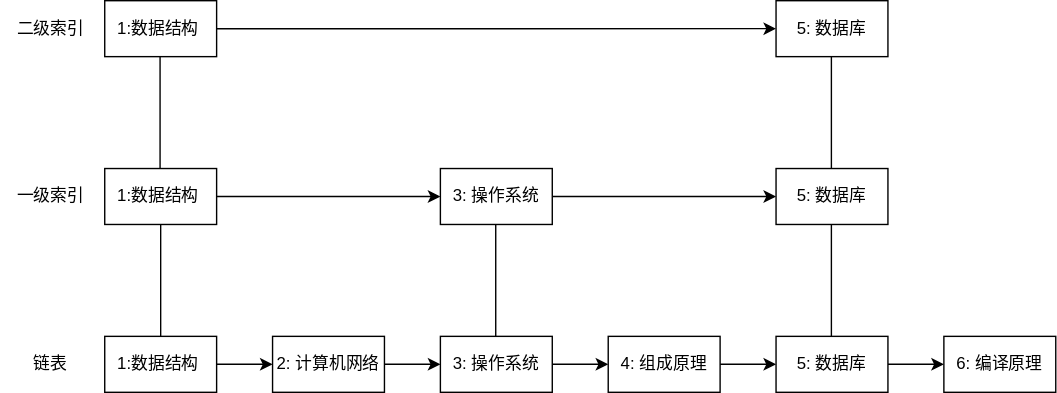
Before: assets/img/redis/跳表.svg, a diagram exported from draw.io (Wind134/Wind134.github.io). Source tidied: cells renumbered, new cells last; positions are measured from the earlier drawing's top-left corner, leaving out a move shared by most shapes. The source it was exported from:
```xml
<mxGraphModel>
  <root>
    <mxCell id="0" />
    <mxCell id="1" parent="0" />
    <mxCell id="2" style="edgeStyle=orthogonalEdgeStyle;rounded=0;jettySize=auto;html=1;" parent="1" edge="1" source="3">
      <mxGeometry relative="1" as="geometry">
        <mxPoint x="194" y="260" as="targetPoint" />
      </mxGeometry>
    </mxCell>
    <mxCell id="3" value="1:数据结构&amp;nbsp;" style="rounded=0;whiteSpace=wrap;html=1;" parent="1" vertex="1">
      <mxGeometry x="74" y="240" width="80" height="40" as="geometry" />
    </mxCell>
    <mxCell id="4" style="edgeStyle=orthogonalEdgeStyle;rounded=0;jettySize=auto;html=1;" parent="1" edge="1" source="5">
      <mxGeometry relative="1" as="geometry">
        <mxPoint x="314" y="260" as="targetPoint" />
      </mxGeometry>
    </mxCell>
    <mxCell id="5" value="2: 计算机网络" style="rounded=0;whiteSpace=wrap;html=1;" parent="1" vertex="1">
      <mxGeometry x="194" y="240" width="80" height="40" as="geometry" />
    </mxCell>
    <mxCell id="6" style="edgeStyle=orthogonalEdgeStyle;rounded=0;jettySize=auto;html=1;" parent="1" edge="1" source="7">
      <mxGeometry relative="1" as="geometry">
        <mxPoint x="434" y="260" as="targetPoint" />
      </mxGeometry>
    </mxCell>
    <mxCell id="7" value="3: 操作系统" style="rounded=0;whiteSpace=wrap;html=1;" parent="1" vertex="1">
      <mxGeometry x="314" y="240" width="80" height="40" as="geometry" />
    </mxCell>
    <mxCell id="8" style="edgeStyle=orthogonalEdgeStyle;rounded=0;jettySize=auto;html=1;" parent="1" edge="1" source="9">
      <mxGeometry relative="1" as="geometry">
        <mxPoint x="554" y="260" as="targetPoint" />
      </mxGeometry>
    </mxCell>
    <mxCell id="9" value="4: 组成原理" style="rounded=0;whiteSpace=wrap;html=1;" parent="1" vertex="1">
      <mxGeometry x="434" y="240" width="80" height="40" as="geometry" />
    </mxCell>
    <mxCell id="10" style="edgeStyle=orthogonalEdgeStyle;rounded=0;jettySize=auto;html=1;" parent="1" edge="1" source="11">
      <mxGeometry relative="1" as="geometry">
        <mxPoint x="674" y="260" as="targetPoint" />
      </mxGeometry>
    </mxCell>
    <mxCell id="11" value="5: 数据库" style="rounded=0;whiteSpace=wrap;html=1;" parent="1" vertex="1">
      <mxGeometry x="554" y="240" width="80" height="40" as="geometry" />
    </mxCell>
    <mxCell id="12" value="6: 编译原理" style="rounded=0;whiteSpace=wrap;html=1;" parent="1" vertex="1">
      <mxGeometry x="674" y="240" width="80" height="40" as="geometry" />
    </mxCell>
    <mxCell id="13" style="edgeStyle=orthogonalEdgeStyle;rounded=0;jettySize=auto;html=1;" parent="1" edge="1" source="14">
      <mxGeometry relative="1" as="geometry">
        <mxPoint x="314" y="140" as="targetPoint" />
      </mxGeometry>
    </mxCell>
    <mxCell id="14" value="1:数据结构&amp;nbsp;" style="rounded=0;whiteSpace=wrap;html=1;" parent="1" vertex="1">
      <mxGeometry x="74" y="120" width="80" height="40" as="geometry" />
    </mxCell>
    <mxCell id="15" style="edgeStyle=orthogonalEdgeStyle;rounded=0;jettySize=auto;html=1;" parent="1" edge="1" source="16">
      <mxGeometry relative="1" as="geometry">
        <mxPoint x="554" y="140" as="targetPoint" />
      </mxGeometry>
    </mxCell>
    <mxCell id="16" value="3: 操作系统" style="rounded=0;whiteSpace=wrap;html=1;" parent="1" vertex="1">
      <mxGeometry x="314" y="120" width="80" height="40" as="geometry" />
    </mxCell>
    <mxCell id="17" value="5: 数据库" style="rounded=0;whiteSpace=wrap;html=1;" parent="1" vertex="1">
      <mxGeometry x="554" y="120" width="80" height="40" as="geometry" />
    </mxCell>
    <mxCell id="18" style="edgeStyle=orthogonalEdgeStyle;rounded=0;jettySize=auto;html=1;" parent="1" edge="1" source="19">
      <mxGeometry relative="1" as="geometry">
        <mxPoint x="554" y="20" as="targetPoint" />
      </mxGeometry>
    </mxCell>
    <mxCell id="19" value="1:数据结构&amp;nbsp;" style="rounded=0;whiteSpace=wrap;html=1;" parent="1" vertex="1">
      <mxGeometry x="74" width="80" height="40" as="geometry" />
    </mxCell>
    <mxCell id="20" value="5: 数据库" style="rounded=0;whiteSpace=wrap;html=1;" parent="1" vertex="1">
      <mxGeometry x="554" width="80" height="40" as="geometry" />
    </mxCell>
    <mxCell id="21" value="链表" style="text;html=1;align=center;verticalAlign=middle;strokeColor=none;fillColor=none;" parent="1" vertex="1">
      <mxGeometry x="10" y="245" width="50" height="30" as="geometry" />
    </mxCell>
    <mxCell id="22" value="一级索引" style="text;html=1;align=center;verticalAlign=middle;strokeColor=none;fillColor=none;" parent="1" vertex="1">
      <mxGeometry y="125" width="70" height="30" as="geometry" />
    </mxCell>
    <mxCell id="23" value="二级索引" style="text;html=1;align=center;verticalAlign=middle;strokeColor=none;fillColor=none;" parent="1" vertex="1">
      <mxGeometry y="5" width="70" height="30" as="geometry" />
    </mxCell>
    <mxCell id="24" style="endArrow=none;html=1;rounded=0;exitX=0.5;exitY=0;exitDx=0;exitDy=0;entryX=0.5;entryY=1;entryDx=0;entryDy=0;" parent="1" edge="1" source="3" target="14">
      <mxGeometry relative="1" as="geometry" />
    </mxCell>
    <mxCell id="25" style="endArrow=none;html=1;rounded=0;exitX=0.5;exitY=0;exitDx=0;exitDy=0;entryX=0.5;entryY=1;entryDx=0;entryDy=0;" parent="1" edge="1">
      <mxGeometry relative="1" as="geometry">
        <mxPoint x="113.6" y="120" as="sourcePoint" />
        <mxPoint x="113.6" y="40" as="targetPoint" />
      </mxGeometry>
    </mxCell>
    <mxCell id="26" style="endArrow=none;html=1;rounded=0;exitX=0.5;exitY=0;exitDx=0;exitDy=0;entryX=0.5;entryY=1;entryDx=0;entryDy=0;" parent="1" edge="1">
      <mxGeometry relative="1" as="geometry">
        <mxPoint x="353.6" y="240" as="sourcePoint" />
        <mxPoint x="353.6" y="160" as="targetPoint" />
      </mxGeometry>
    </mxCell>
    <mxCell id="27" style="endArrow=none;html=1;rounded=0;exitX=0.5;exitY=0;exitDx=0;exitDy=0;entryX=0.5;entryY=1;entryDx=0;entryDy=0;" parent="1" edge="1">
      <mxGeometry relative="1" as="geometry">
        <mxPoint x="593.6" y="240" as="sourcePoint" />
        <mxPoint x="593.6" y="160" as="targetPoint" />
      </mxGeometry>
    </mxCell>
    <mxCell id="28" style="endArrow=none;html=1;rounded=0;exitX=0.5;exitY=0;exitDx=0;exitDy=0;entryX=0.5;entryY=1;entryDx=0;entryDy=0;" parent="1" edge="1">
      <mxGeometry relative="1" as="geometry">
        <mxPoint x="593.6" y="120" as="sourcePoint" />
        <mxPoint x="593.6" y="40" as="targetPoint" />
      </mxGeometry>
    </mxCell>
  </root>
</mxGraphModel>
```
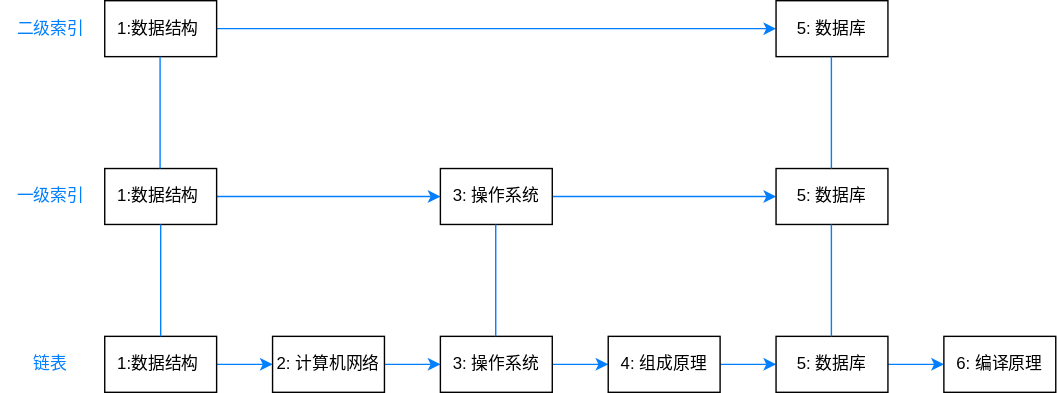
After the commit.

Diff of the diagram source:
```diff
@@ -2,7 +2,7 @@
   <root>
     <mxCell id="0" />
     <mxCell id="1" parent="0" />
-    <mxCell id="2" style="edgeStyle=orthogonalEdgeStyle;rounded=0;jettySize=auto;html=1;" parent="1" edge="1" source="3">
+    <mxCell id="2" style="edgeStyle=orthogonalEdgeStyle;rounded=0;jettySize=auto;html=1;strokeColor=#007FFF;" parent="1" edge="1" source="3">
       <mxGeometry relative="1" as="geometry">
         <mxPoint x="194" y="260" as="targetPoint" />
       </mxGeometry>
@@ -10,7 +10,7 @@
     <mxCell id="3" value="1:数据结构&amp;nbsp;" style="rounded=0;whiteSpace=wrap;html=1;" parent="1" vertex="1">
       <mxGeometry x="74" y="240" width="80" height="40" as="geometry" />
     </mxCell>
-    <mxCell id="4" style="edgeStyle=orthogonalEdgeStyle;rounded=0;jettySize=auto;html=1;" parent="1" edge="1" source="5">
+    <mxCell id="4" style="edgeStyle=orthogonalEdgeStyle;rounded=0;jettySize=auto;html=1;strokeColor=#007FFF;" parent="1" edge="1" source="5">
       <mxGeometry relative="1" as="geometry">
         <mxPoint x="314" y="260" as="targetPoint" />
       </mxGeometry>
@@ -18,7 +18,7 @@
     <mxCell id="5" value="2: 计算机网络" style="rounded=0;whiteSpace=wrap;html=1;" parent="1" vertex="1">
       <mxGeometry x="194" y="240" width="80" height="40" as="geometry" />
     </mxCell>
-    <mxCell id="6" style="edgeStyle=orthogonalEdgeStyle;rounded=0;jettySize=auto;html=1;" parent="1" edge="1" source="7">
+    <mxCell id="6" style="edgeStyle=orthogonalEdgeStyle;rounded=0;jettySize=auto;html=1;strokeColor=#007FFF;" parent="1" edge="1" source="7">
       <mxGeometry relative="1" as="geometry">
         <mxPoint x="434" y="260" as="targetPoint" />
       </mxGeometry>
@@ -26,7 +26,7 @@
     <mxCell id="7" value="3: 操作系统" style="rounded=0;whiteSpace=wrap;html=1;" parent="1" vertex="1">
       <mxGeometry x="314" y="240" width="80" height="40" as="geometry" />
     </mxCell>
-    <mxCell id="8" style="edgeStyle=orthogonalEdgeStyle;rounded=0;jettySize=auto;html=1;" parent="1" edge="1" source="9">
+    <mxCell id="8" style="edgeStyle=orthogonalEdgeStyle;rounded=0;jettySize=auto;html=1;strokeColor=#007FFF;" parent="1" edge="1" source="9">
       <mxGeometry relative="1" as="geometry">
         <mxPoint x="554" y="260" as="targetPoint" />
       </mxGeometry>
@@ -34,7 +34,7 @@
     <mxCell id="9" value="4: 组成原理" style="rounded=0;whiteSpace=wrap;html=1;" parent="1" vertex="1">
       <mxGeometry x="434" y="240" width="80" height="40" as="geometry" />
     </mxCell>
-    <mxCell id="10" style="edgeStyle=orthogonalEdgeStyle;rounded=0;jettySize=auto;html=1;" parent="1" edge="1" source="11">
+    <mxCell id="10" style="edgeStyle=orthogonalEdgeStyle;rounded=0;jettySize=auto;html=1;strokeColor=#007FFF;" parent="1" edge="1" source="11">
       <mxGeometry relative="1" as="geometry">
         <mxPoint x="674" y="260" as="targetPoint" />
       </mxGeometry>
@@ -45,7 +45,7 @@
     <mxCell id="12" value="6: 编译原理" style="rounded=0;whiteSpace=wrap;html=1;" parent="1" vertex="1">
       <mxGeometry x="674" y="240" width="80" height="40" as="geometry" />
     </mxCell>
-    <mxCell id="13" style="edgeStyle=orthogonalEdgeStyle;rounded=0;jettySize=auto;html=1;" parent="1" edge="1" source="14">
+    <mxCell id="13" style="edgeStyle=orthogonalEdgeStyle;rounded=0;jettySize=auto;html=1;strokeColor=#007FFF;" parent="1" edge="1" source="14">
       <mxGeometry relative="1" as="geometry">
         <mxPoint x="314" y="140" as="targetPoint" />
       </mxGeometry>
@@ -53,7 +53,7 @@
     <mxCell id="14" value="1:数据结构&amp;nbsp;" style="rounded=0;whiteSpace=wrap;html=1;" parent="1" vertex="1">
       <mxGeometry x="74" y="120" width="80" height="40" as="geometry" />
     </mxCell>
-    <mxCell id="15" style="edgeStyle=orthogonalEdgeStyle;rounded=0;jettySize=auto;html=1;" parent="1" edge="1" source="16">
+    <mxCell id="15" style="edgeStyle=orthogonalEdgeStyle;rounded=0;jettySize=auto;html=1;strokeColor=#007FFF;" parent="1" edge="1" source="16">
       <mxGeometry relative="1" as="geometry">
         <mxPoint x="554" y="140" as="targetPoint" />
       </mxGeometry>
@@ -64,7 +64,7 @@
     <mxCell id="17" value="5: 数据库" style="rounded=0;whiteSpace=wrap;html=1;" parent="1" vertex="1">
       <mxGeometry x="554" y="120" width="80" height="40" as="geometry" />
     </mxCell>
-    <mxCell id="18" style="edgeStyle=orthogonalEdgeStyle;rounded=0;jettySize=auto;html=1;" parent="1" edge="1" source="19">
+    <mxCell id="18" style="edgeStyle=orthogonalEdgeStyle;rounded=0;jettySize=auto;html=1;strokeColor=#007FFF;" parent="1" edge="1" source="19">
       <mxGeometry relative="1" as="geometry">
         <mxPoint x="554" y="20" as="targetPoint" />
       </mxGeometry>
@@ -75,37 +75,37 @@
     <mxCell id="20" value="5: 数据库" style="rounded=0;whiteSpace=wrap;html=1;" parent="1" vertex="1">
       <mxGeometry x="554" width="80" height="40" as="geometry" />
     </mxCell>
-    <mxCell id="21" value="链表" style="text;html=1;align=center;verticalAlign=middle;strokeColor=none;fillColor=none;" parent="1" vertex="1">
+    <mxCell id="21" value="&lt;font color=&quot;#007fff&quot;&gt;链表&lt;/font&gt;" style="text;html=1;align=center;verticalAlign=middle;strokeColor=none;fillColor=none;" parent="1" vertex="1">
       <mxGeometry x="10" y="245" width="50" height="30" as="geometry" />
     </mxCell>
-    <mxCell id="22" value="一级索引" style="text;html=1;align=center;verticalAlign=middle;strokeColor=none;fillColor=none;" parent="1" vertex="1">
+    <mxCell id="22" value="&lt;font color=&quot;#007fff&quot;&gt;一级索引&lt;/font&gt;" style="text;html=1;align=center;verticalAlign=middle;strokeColor=none;fillColor=none;" parent="1" vertex="1">
       <mxGeometry y="125" width="70" height="30" as="geometry" />
     </mxCell>
-    <mxCell id="23" value="二级索引" style="text;html=1;align=center;verticalAlign=middle;strokeColor=none;fillColor=none;" parent="1" vertex="1">
+    <mxCell id="23" value="&lt;font color=&quot;#007fff&quot;&gt;二级索引&lt;/font&gt;" style="text;html=1;align=center;verticalAlign=middle;strokeColor=none;fillColor=none;" parent="1" vertex="1">
       <mxGeometry y="5" width="70" height="30" as="geometry" />
     </mxCell>
-    <mxCell id="24" style="endArrow=none;html=1;rounded=0;exitX=0.5;exitY=0;exitDx=0;exitDy=0;entryX=0.5;entryY=1;entryDx=0;entryDy=0;" parent="1" edge="1" source="3" target="14">
+    <mxCell id="24" style="endArrow=none;html=1;rounded=0;exitX=0.5;exitY=0;exitDx=0;exitDy=0;entryX=0.5;entryY=1;entryDx=0;entryDy=0;strokeColor=#007FFF;" parent="1" edge="1" source="3" target="14">
       <mxGeometry relative="1" as="geometry" />
     </mxCell>
-    <mxCell id="25" style="endArrow=none;html=1;rounded=0;exitX=0.5;exitY=0;exitDx=0;exitDy=0;entryX=0.5;entryY=1;entryDx=0;entryDy=0;" parent="1" edge="1">
+    <mxCell id="25" style="endArrow=none;html=1;rounded=0;exitX=0.5;exitY=0;exitDx=0;exitDy=0;entryX=0.5;entryY=1;entryDx=0;entryDy=0;strokeColor=#007FFF;" parent="1" edge="1">
       <mxGeometry relative="1" as="geometry">
         <mxPoint x="113.6" y="120" as="sourcePoint" />
         <mxPoint x="113.6" y="40" as="targetPoint" />
       </mxGeometry>
     </mxCell>
-    <mxCell id="26" style="endArrow=none;html=1;rounded=0;exitX=0.5;exitY=0;exitDx=0;exitDy=0;entryX=0.5;entryY=1;entryDx=0;entryDy=0;" parent="1" edge="1">
+    <mxCell id="26" style="endArrow=none;html=1;rounded=0;exitX=0.5;exitY=0;exitDx=0;exitDy=0;entryX=0.5;entryY=1;entryDx=0;entryDy=0;strokeColor=#007FFF;" parent="1" edge="1">
       <mxGeometry relative="1" as="geometry">
         <mxPoint x="353.6" y="240" as="sourcePoint" />
         <mxPoint x="353.6" y="160" as="targetPoint" />
       </mxGeometry>
     </mxCell>
-    <mxCell id="27" style="endArrow=none;html=1;rounded=0;exitX=0.5;exitY=0;exitDx=0;exitDy=0;entryX=0.5;entryY=1;entryDx=0;entryDy=0;" parent="1" edge="1">
+    <mxCell id="27" style="endArrow=none;html=1;rounded=0;exitX=0.5;exitY=0;exitDx=0;exitDy=0;entryX=0.5;entryY=1;entryDx=0;entryDy=0;strokeColor=#007FFF;" parent="1" edge="1">
       <mxGeometry relative="1" as="geometry">
         <mxPoint x="593.6" y="240" as="sourcePoint" />
         <mxPoint x="593.6" y="160" as="targetPoint" />
       </mxGeometry>
     </mxCell>
-    <mxCell id="28" style="endArrow=none;html=1;rounded=0;exitX=0.5;exitY=0;exitDx=0;exitDy=0;entryX=0.5;entryY=1;entryDx=0;entryDy=0;" parent="1" edge="1">
+    <mxCell id="28" style="endArrow=none;html=1;rounded=0;exitX=0.5;exitY=0;exitDx=0;exitDy=0;entryX=0.5;entryY=1;entryDx=0;entryDy=0;strokeColor=#007FFF;" parent="1" edge="1">
       <mxGeometry relative="1" as="geometry">
         <mxPoint x="593.6" y="120" as="sourcePoint" />
         <mxPoint x="593.6" y="40" as="targetPoint" />
```
